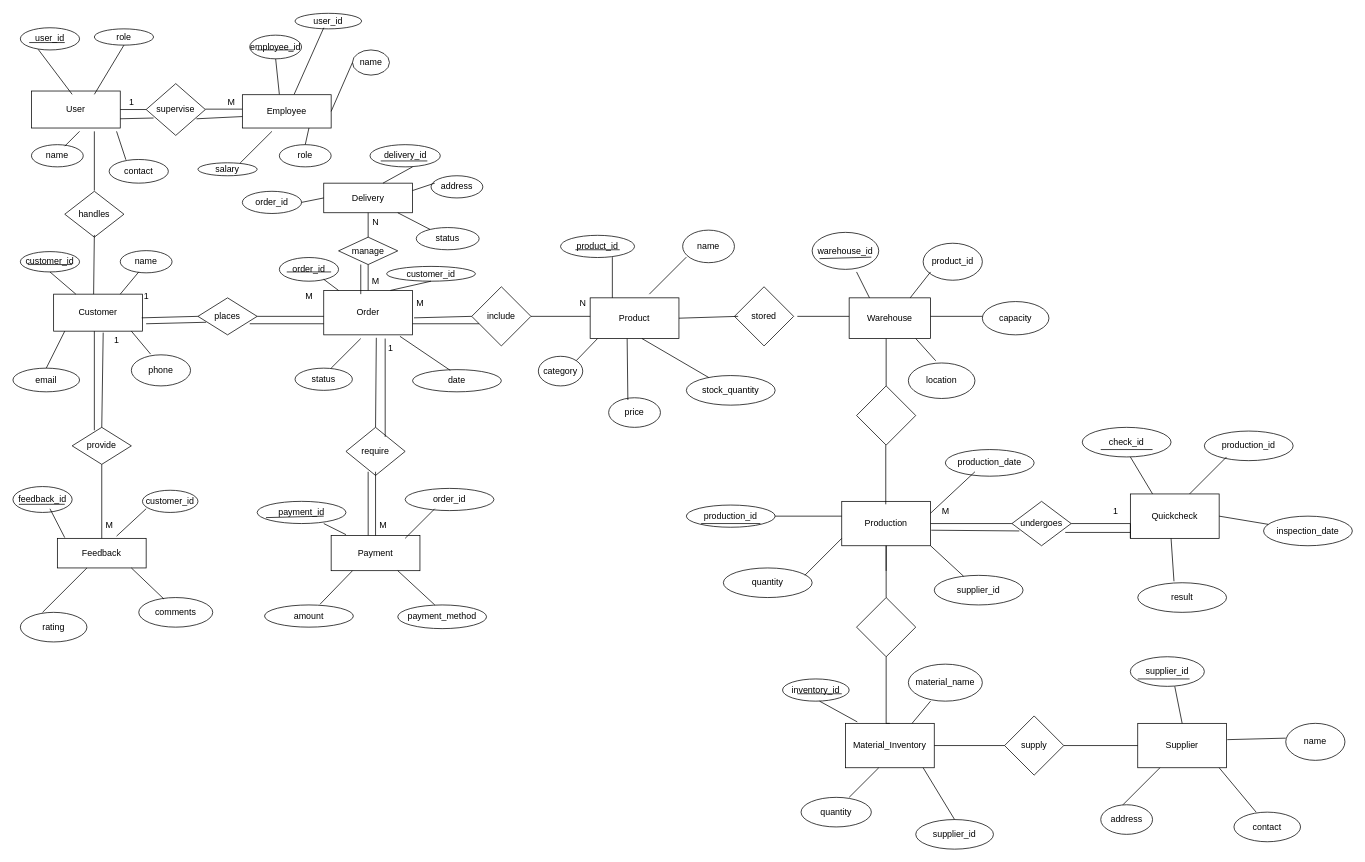
Earlier version of the draw.io diagram Untitled Diagram.drawio (sarasiVidumini/drawio). Source tidied: cells renumbered, new cells numbered last; positions are measured from the earlier drawing's top-left corner, leaving out a move shared by most shapes. Both pictures are drawn from the tidied source at 74%, with x=0, y=0 at pixel (13, 13).
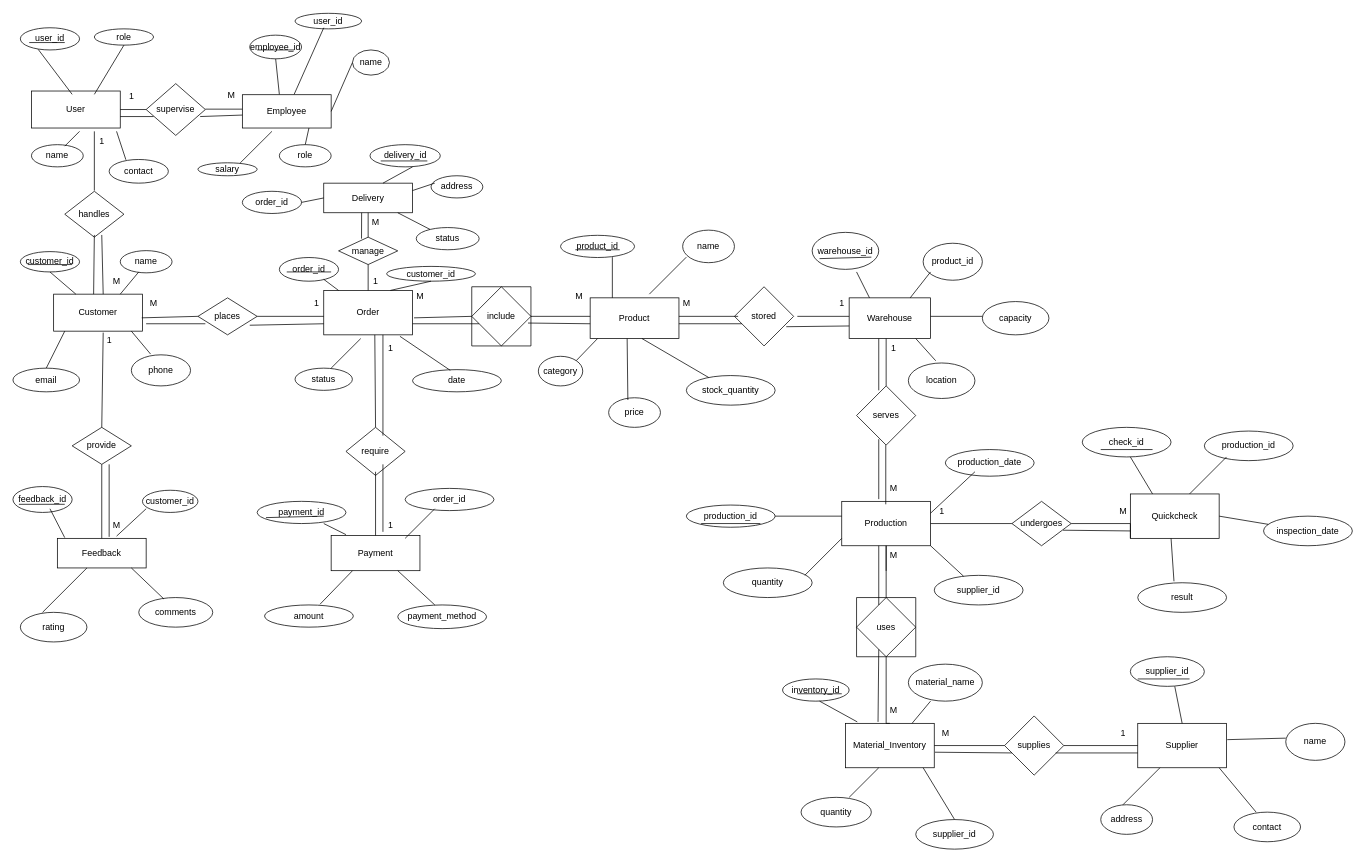
After the change.

Unchanged cells that the change refers to:
```xml
<mxCell id="2" value="User" style="rounded=0;whiteSpace=wrap;html=1;" parent="1" vertex="1">
  <mxGeometry x="25" y="105.5" width="120" height="50" as="geometry" />
</mxCell>
<mxCell id="4" value="Customer" style="rounded=0;whiteSpace=wrap;html=1;" parent="1" vertex="1">
  <mxGeometry x="55" y="380" width="120" height="50" as="geometry" />
</mxCell>
<mxCell id="6" value="supervise" style="rhombus;whiteSpace=wrap;html=1;" parent="1" vertex="1">
  <mxGeometry x="180" y="95.5" width="80" height="70" as="geometry" />
</mxCell>
<mxCell id="7" value="provide" style="rhombus;whiteSpace=wrap;html=1;" parent="1" vertex="1">
  <mxGeometry x="80" y="560" width="80" height="50" as="geometry" />
</mxCell>
<mxCell id="9" value="Order" style="rounded=0;whiteSpace=wrap;html=1;" parent="1" vertex="1">
  <mxGeometry x="420" y="375" width="120" height="60" as="geometry" />
</mxCell>
<mxCell id="12" value="Payment" style="rounded=0;whiteSpace=wrap;html=1;" parent="1" vertex="1">
  <mxGeometry x="430" y="706.2" width="120" height="47.5" as="geometry" />
</mxCell>
<mxCell id="13" value="Product" style="rounded=0;whiteSpace=wrap;html=1;" parent="1" vertex="1">
  <mxGeometry x="780" y="385" width="120" height="55" as="geometry" />
</mxCell>
<mxCell id="58" value="handles" style="rhombus;whiteSpace=wrap;html=1;" parent="1" vertex="1">
  <mxGeometry x="70" y="241" width="80" height="62" as="geometry" />
</mxCell>
<mxCell id="59" value="require" style="rhombus;whiteSpace=wrap;html=1;" parent="1" vertex="1">
  <mxGeometry x="450" y="560" width="80" height="65" as="geometry" />
</mxCell>
<mxCell id="82" value="manage" style="rhombus;whiteSpace=wrap;html=1;" parent="1" vertex="1">
  <mxGeometry x="440" y="303" width="80" height="37" as="geometry" />
</mxCell>
<mxCell id="89" value="places" style="rhombus;whiteSpace=wrap;html=1;" parent="1" vertex="1">
  <mxGeometry x="250" y="385" width="80" height="50" as="geometry" />
</mxCell>
<mxCell id="92" value="include" style="rhombus;whiteSpace=wrap;html=1;" parent="1" vertex="1">
  <mxGeometry x="620" y="370" width="80" height="80" as="geometry" />
</mxCell>
<mxCell id="95" value="stored" style="rhombus;whiteSpace=wrap;html=1;" parent="1" vertex="1">
  <mxGeometry x="975" y="370" width="80" height="80" as="geometry" />
</mxCell>
<mxCell id="99" value="Production" style="rounded=0;whiteSpace=wrap;html=1;" parent="1" vertex="1">
  <mxGeometry x="1120" y="660" width="120" height="60" as="geometry" />
</mxCell>
<mxCell id="100" value="undergoes" style="rhombus;whiteSpace=wrap;html=1;" parent="1" vertex="1">
  <mxGeometry x="1350" y="660" width="80" height="60" as="geometry" />
</mxCell>
<mxCell id="107" value="Material_Inventory" style="rounded=0;whiteSpace=wrap;html=1;" parent="1" vertex="1">
  <mxGeometry x="1125" y="960" width="120" height="60" as="geometry" />
</mxCell>
```

The edit, as a diff of the source:
```diff
@@
-    <mxCell id="15" value="1" style="text;html=1;align=center;verticalAlign=middle;strokeColor=none;fillColor=none;" parent="1" vertex="1">
-      <mxGeometry x="145" y="105.5" width="30" height="30" as="geometry" />
-    </mxCell>
-    <mxCell id="16" value="M" style="text;html=1;align=center;verticalAlign=middle;strokeColor=none;fillColor=none;" parent="1" vertex="1">
-      <mxGeometry x="280" y="105.5" width="30" height="30" as="geometry" />
-    </mxCell>
@@
-    <mxCell id="18" style="endArrow=none;html=1;rounded=0;exitX=1;exitY=0.75;exitDx=0;exitDy=0;" parent="1" edge="1" source="2">
-      <mxGeometry relative="1" as="geometry">
-        <mxPoint x="190" y="142" as="targetPoint" />
-      </mxGeometry>
-    </mxCell>
-    <mxCell id="19" style="endArrow=none;html=1;rounded=0;exitX=0.85;exitY=0.679;exitDx=0;exitDy=0;exitPerimeter=0;" parent="1" edge="1" source="6">
-      <mxGeometry relative="1" as="geometry">
-        <mxPoint x="310" y="140" as="targetPoint" />
-      </mxGeometry>
-    </mxCell>
@@
-    <mxCell id="76" style="endArrow=none;html=1;rounded=0;exitX=0.5;exitY=0;exitDx=0;exitDy=0;entryX=0.592;entryY=1.067;entryDx=0;entryDy=0;entryPerimeter=0;" parent="1" edge="1" source="59" target="9">
-      <mxGeometry relative="1" as="geometry" />
-    </mxCell>
@@
-    <mxCell id="96" style="endArrow=none;html=1;rounded=0;exitX=1;exitY=0.5;exitDx=0;exitDy=0;" parent="1" edge="1" source="13">
+    <mxCell id="96" style="endArrow=none;html=1;rounded=0;" parent="1" edge="1">
       <mxGeometry relative="1" as="geometry">
+        <mxPoint x="900" y="410" as="sourcePoint" />
         <mxPoint x="980" y="410" as="targetPoint" />
       </mxGeometry>
     </mxCell>
@@
-    <mxCell id="98" style="rhombus;whiteSpace=wrap;html=1;" parent="1" vertex="1">
+    <mxCell id="98" value="serves" style="rhombus;whiteSpace=wrap;html=1;" parent="1" vertex="1">
       <mxGeometry x="1140" y="504" width="80" height="80" as="geometry" />
     </mxCell>
@@
-    <mxCell id="106" style="rhombus;whiteSpace=wrap;html=1;" parent="1" vertex="1">
+    <mxCell id="106" value="uses" style="rhombus;whiteSpace=wrap;html=1;" parent="1" vertex="1">
       <mxGeometry x="1140" y="790" width="80" height="80" as="geometry" />
     </mxCell>
@@
-    <mxCell id="110" value="supply" style="rhombus;whiteSpace=wrap;html=1;" parent="1" vertex="1">
+    <mxCell id="110" value="supplies" style="rhombus;whiteSpace=wrap;html=1;" parent="1" vertex="1">
       <mxGeometry x="1340" y="950" width="80" height="80" as="geometry" />
     </mxCell>
@@
-    <mxCell id="181" style="endArrow=none;html=1;rounded=0;exitX=1.008;exitY=0.65;exitDx=0;exitDy=0;exitPerimeter=0;" parent="1" edge="1" source="99">
-      <mxGeometry relative="1" as="geometry">
-        <mxPoint x="1360" y="700" as="targetPoint" />
-      </mxGeometry>
-    </mxCell>
-    <mxCell id="182" style="endArrow=none;html=1;rounded=0;exitX=0.9;exitY=0.7;exitDx=0;exitDy=0;exitPerimeter=0;" parent="1" edge="1" source="100">
-      <mxGeometry relative="1" as="geometry">
-        <mxPoint x="1510" y="702" as="targetPoint" />
-      </mxGeometry>
-    </mxCell>
-    <mxCell id="183" value="1" style="text;html=1;align=center;verticalAlign=middle;strokeColor=none;fillColor=none;" parent="1" vertex="1">
-      <mxGeometry x="1475" y="658" width="30" height="30" as="geometry" />
-    </mxCell>
-    <mxCell id="184" value="M" style="text;html=1;align=center;verticalAlign=middle;strokeColor=none;fillColor=none;" parent="1" vertex="1">
-      <mxGeometry x="1245" y="658" width="30" height="30" as="geometry" />
-    </mxCell>
-    <mxCell id="185" style="endArrow=none;html=1;rounded=0;entryX=0.138;entryY=0.66;entryDx=0;entryDy=0;entryPerimeter=0;" parent="1" edge="1" target="89">
-      <mxGeometry relative="1" as="geometry">
-        <mxPoint x="180" y="420" as="sourcePoint" />
-      </mxGeometry>
-    </mxCell>
-    <mxCell id="186" style="endArrow=none;html=1;rounded=0;" parent="1" edge="1">
-      <mxGeometry relative="1" as="geometry">
-        <mxPoint x="320" y="420" as="sourcePoint" />
-        <mxPoint x="420" y="420" as="targetPoint" />
-      </mxGeometry>
-    </mxCell>
-    <mxCell id="187" value="1" style="text;html=1;align=center;verticalAlign=middle;strokeColor=none;fillColor=none;" parent="1" vertex="1">
-      <mxGeometry x="165" y="368" width="30" height="30" as="geometry" />
-    </mxCell>
-    <mxCell id="188" value="M" style="text;html=1;align=center;verticalAlign=middle;strokeColor=none;fillColor=none;" parent="1" vertex="1">
-      <mxGeometry x="385" y="368" width="30" height="30" as="geometry" />
-    </mxCell>
-    <mxCell id="189" style="endArrow=none;html=1;rounded=0;exitX=0.375;exitY=0.08;exitDx=0;exitDy=0;exitPerimeter=0;" parent="1" edge="1" source="7">
-      <mxGeometry relative="1" as="geometry">
-        <mxPoint x="110" y="430" as="targetPoint" />
-      </mxGeometry>
-    </mxCell>
-    <mxCell id="190" value="1" style="text;html=1;align=center;verticalAlign=middle;strokeColor=none;fillColor=none;" parent="1" vertex="1">
-      <mxGeometry x="125" y="428" width="30" height="30" as="geometry" />
-    </mxCell>
-    <mxCell id="191" value="M" style="text;html=1;align=center;verticalAlign=middle;strokeColor=none;fillColor=none;" parent="1" vertex="1">
-      <mxGeometry x="115" y="678" width="30" height="30" as="geometry" />
-    </mxCell>
-    <mxCell id="192" style="endArrow=none;html=1;rounded=0;exitX=0.417;exitY=0.083;exitDx=0;exitDy=0;exitPerimeter=0;" parent="1" edge="1" source="9">
-      <mxGeometry relative="1" as="geometry">
-        <mxPoint x="470" y="340" as="targetPoint" />
-      </mxGeometry>
-    </mxCell>
-    <mxCell id="193" value="M" style="text;html=1;align=center;verticalAlign=middle;strokeColor=none;fillColor=none;" parent="1" vertex="1">
-      <mxGeometry x="475" y="348" width="30" height="30" as="geometry" />
-    </mxCell>
-    <mxCell id="194" value="N" style="text;html=1;align=center;verticalAlign=middle;strokeColor=none;fillColor=none;" parent="1" vertex="1">
-      <mxGeometry x="475" y="268" width="30" height="30" as="geometry" />
-    </mxCell>
-    <mxCell id="195" style="endArrow=none;html=1;rounded=0;exitX=0.663;exitY=0.2;exitDx=0;exitDy=0;exitPerimeter=0;" parent="1" edge="1" source="59">
-      <mxGeometry relative="1" as="geometry">
-        <mxPoint x="503" y="440" as="targetPoint" />
-      </mxGeometry>
-    </mxCell>
-    <mxCell id="196" style="endArrow=none;html=1;rounded=0;exitX=0.417;exitY=-0.005;exitDx=0;exitDy=0;exitPerimeter=0;" parent="1" edge="1" source="12">
-      <mxGeometry relative="1" as="geometry">
-        <mxPoint x="480" y="620" as="targetPoint" />
-      </mxGeometry>
-    </mxCell>
+    <mxCell id="202" style="endArrow=none;html=1;rounded=0;exitX=0.558;exitY=0;exitDx=0;exitDy=0;exitPerimeter=0;entryX=0.625;entryY=0.952;entryDx=0;entryDy=0;entryPerimeter=0;" parent="1" edge="1" source="4" target="58">
+      <mxGeometry relative="1" as="geometry" />
+    </mxCell>
+    <mxCell id="203" value="M" style="text;html=1;align=center;verticalAlign=middle;strokeColor=none;fillColor=none;" parent="1" vertex="1">
+      <mxGeometry x="125" y="348" width="30" height="30" as="geometry" />
+    </mxCell>
+    <mxCell id="204" style="endArrow=none;html=1;rounded=0;" parent="1" edge="1">
+      <mxGeometry relative="1" as="geometry">
+        <mxPoint x="130" y="708" as="sourcePoint" />
+        <mxPoint x="130" y="610" as="targetPoint" />
+      </mxGeometry>
+    </mxCell>
+    <mxCell id="205" style="endArrow=none;html=1;rounded=0;exitX=0.863;exitY=0.65;exitDx=0;exitDy=0;exitPerimeter=0;" parent="1" edge="1" source="100">
+      <mxGeometry relative="1" as="geometry">
+        <mxPoint x="1510" y="700" as="targetPoint" />
+      </mxGeometry>
+    </mxCell>
+    <mxCell id="206" style="endArrow=none;html=1;rounded=0;" parent="1" edge="1">
+      <mxGeometry relative="1" as="geometry">
+        <mxPoint x="145" y="140" as="sourcePoint" />
+        <mxPoint x="190" y="140" as="targetPoint" />
+      </mxGeometry>
+    </mxCell>
+    <mxCell id="207" style="endArrow=none;html=1;rounded=0;" parent="1" edge="1">
+      <mxGeometry relative="1" as="geometry">
+        <mxPoint x="253" y="140" as="sourcePoint" />
+        <mxPoint x="310" y="138" as="targetPoint" />
+      </mxGeometry>
+    </mxCell>
+    <mxCell id="208" style="endArrow=none;html=1;rounded=0;" parent="1" edge="1">
+      <mxGeometry relative="1" as="geometry">
+        <mxPoint x="180" y="420" as="sourcePoint" />
+        <mxPoint x="260" y="420" as="targetPoint" />
+      </mxGeometry>
+    </mxCell>
+    <mxCell id="209" style="endArrow=none;html=1;rounded=0;exitX=0.875;exitY=0.74;exitDx=0;exitDy=0;exitPerimeter=0;" parent="1" edge="1" source="89">
+      <mxGeometry relative="1" as="geometry">
+        <mxPoint x="420" y="420" as="targetPoint" />
+      </mxGeometry>
+    </mxCell>
+    <mxCell id="210" style="endArrow=none;html=1;rounded=0;exitX=1;exitY=0.75;exitDx=0;exitDy=0;" parent="1" edge="1" source="9">
+      <mxGeometry relative="1" as="geometry">
+        <mxPoint x="630" y="420" as="targetPoint" />
+      </mxGeometry>
+    </mxCell>
+    <mxCell id="211" style="endArrow=none;html=1;rounded=0;exitX=0.95;exitY=0.613;exitDx=0;exitDy=0;exitPerimeter=0;" parent="1" edge="1" source="92">
+      <mxGeometry relative="1" as="geometry">
+        <mxPoint x="780" y="420" as="targetPoint" />
+      </mxGeometry>
+    </mxCell>
+    <mxCell id="212" style="endArrow=none;html=1;rounded=0;entryX=0.575;entryY=1;entryDx=0;entryDy=0;entryPerimeter=0;" parent="1" edge="1" target="9">
+      <mxGeometry relative="1" as="geometry">
+        <mxPoint x="490" y="560" as="sourcePoint" />
+      </mxGeometry>
+    </mxCell>
+    <mxCell id="213" style="endArrow=none;html=1;rounded=0;exitX=1;exitY=0;exitDx=0;exitDy=0;" parent="1" edge="1">
+      <mxGeometry relative="1" as="geometry">
+        <mxPoint x="500" y="571.2" as="sourcePoint" />
+        <mxPoint x="500" y="435" as="targetPoint" />
+      </mxGeometry>
+    </mxCell>
+    <mxCell id="214" style="endArrow=none;html=1;rounded=0;entryX=1;entryY=1;entryDx=0;entryDy=0;" parent="1" edge="1">
+      <mxGeometry relative="1" as="geometry">
+        <mxPoint x="500" y="701.2" as="sourcePoint" />
+        <mxPoint x="500" y="610" as="targetPoint" />
+      </mxGeometry>
+    </mxCell>
+    <mxCell id="215" style="endArrow=none;html=1;rounded=0;exitX=1;exitY=0.636;exitDx=0;exitDy=0;exitPerimeter=0;entryX=0.125;entryY=0.625;entryDx=0;entryDy=0;entryPerimeter=0;" parent="1" edge="1" source="13" target="95">
+      <mxGeometry relative="1" as="geometry" />
+    </mxCell>
+    <mxCell id="216" style="endArrow=none;html=1;rounded=0;exitX=0.875;exitY=0.675;exitDx=0;exitDy=0;exitPerimeter=0;" parent="1" edge="1" source="95">
+      <mxGeometry relative="1" as="geometry">
+        <mxPoint x="1130" y="423" as="targetPoint" />
+      </mxGeometry>
+    </mxCell>
+    <mxCell id="217" style="endArrow=none;html=1;rounded=0;exitX=0.375;exitY=0.075;exitDx=0;exitDy=0;exitPerimeter=0;" parent="1" edge="1" source="98">
+      <mxGeometry relative="1" as="geometry">
+        <mxPoint x="1170" y="440" as="targetPoint" />
+      </mxGeometry>
+    </mxCell>
+    <mxCell id="218" style="endArrow=none;html=1;rounded=0;" parent="1" edge="1">
+      <mxGeometry relative="1" as="geometry">
+        <mxPoint x="1170" y="657" as="sourcePoint" />
+        <mxPoint x="1170" y="576" as="targetPoint" />
+      </mxGeometry>
+    </mxCell>
+    <mxCell id="219" style="endArrow=none;html=1;rounded=0;" parent="1" edge="1">
+      <mxGeometry relative="1" as="geometry">
+        <mxPoint x="1170" y="800" as="sourcePoint" />
+        <mxPoint x="1170" y="720" as="targetPoint" />
+      </mxGeometry>
+    </mxCell>
+    <mxCell id="220" style="endArrow=none;html=1;rounded=0;exitX=0.367;exitY=-0.033;exitDx=0;exitDy=0;exitPerimeter=0;" parent="1" edge="1" source="107">
+      <mxGeometry relative="1" as="geometry">
+        <mxPoint x="1170" y="860" as="targetPoint" />
+      </mxGeometry>
+    </mxCell>
+    <mxCell id="221" style="endArrow=none;html=1;rounded=0;" parent="1" edge="1">
+      <mxGeometry relative="1" as="geometry">
+        <mxPoint x="1409" y="1000" as="sourcePoint" />
+        <mxPoint x="1520" y="1000" as="targetPoint" />
+      </mxGeometry>
+    </mxCell>
+    <mxCell id="222" style="endArrow=none;html=1;rounded=0;exitX=1.008;exitY=0.65;exitDx=0;exitDy=0;exitPerimeter=0;" parent="1" edge="1" source="107">
+      <mxGeometry relative="1" as="geometry">
+        <mxPoint x="1350" y="1000" as="targetPoint" />
+      </mxGeometry>
+    </mxCell>
+    <mxCell id="223" value="1" style="text;html=1;align=center;verticalAlign=middle;strokeColor=none;fillColor=none;" parent="1" vertex="1">
+      <mxGeometry x="145" y="98" width="30" height="30" as="geometry" />
+    </mxCell>
+    <mxCell id="224" value="M" style="text;html=1;align=center;verticalAlign=middle;strokeColor=none;fillColor=none;" parent="1" vertex="1">
+      <mxGeometry x="280" y="95.5" width="30" height="30" as="geometry" />
+    </mxCell>
+    <mxCell id="225" value="1" style="text;html=1;align=center;verticalAlign=middle;strokeColor=none;fillColor=none;" parent="1" vertex="1">
+      <mxGeometry x="105" y="158" width="30" height="30" as="geometry" />
+    </mxCell>
+    <mxCell id="226" value="M" style="text;html=1;align=center;verticalAlign=middle;strokeColor=none;fillColor=none;" parent="1" vertex="1">
+      <mxGeometry x="175" y="378" width="30" height="30" as="geometry" />
+    </mxCell>
+    <mxCell id="227" value="1" style="text;html=1;align=center;verticalAlign=middle;strokeColor=none;fillColor=none;" parent="1" vertex="1">
+      <mxGeometry x="395" y="378" width="30" height="30" as="geometry" />
+    </mxCell>
+    <mxCell id="228" value="M" style="text;html=1;align=center;verticalAlign=middle;strokeColor=none;fillColor=none;" parent="1" vertex="1">
+      <mxGeometry x="535" y="368" width="30" height="30" as="geometry" />
+    </mxCell>
+    <mxCell id="229" value="M" style="text;html=1;align=center;verticalAlign=middle;strokeColor=none;fillColor=none;" parent="1" vertex="1">
+      <mxGeometry x="750" y="368" width="30" height="30" as="geometry" />
+    </mxCell>
+    <mxCell id="230" style="swimlane;startSize=0;" parent="1" vertex="1">
+      <mxGeometry x="620" y="370" width="80" height="80" as="geometry" />
+    </mxCell>
@@
-    <mxCell id="198" value="M" style="text;html=1;align=center;verticalAlign=middle;strokeColor=none;fillColor=none;" parent="1" vertex="1">
-      <mxGeometry x="485" y="678" width="30" height="30" as="geometry" />
-    </mxCell>
-    <mxCell id="199" style="endArrow=none;html=1;rounded=0;exitX=1;exitY=0.75;exitDx=0;exitDy=0;" parent="1" edge="1" source="9">
-      <mxGeometry relative="1" as="geometry">
-        <mxPoint x="630" y="420" as="targetPoint" />
-      </mxGeometry>
-    </mxCell>
-    <mxCell id="200" value="M" style="text;html=1;align=center;verticalAlign=middle;strokeColor=none;fillColor=none;" parent="1" vertex="1">
-      <mxGeometry x="535" y="378" width="30" height="30" as="geometry" />
-    </mxCell>
-    <mxCell id="201" value="N" style="text;html=1;align=center;verticalAlign=middle;strokeColor=none;fillColor=none;" parent="1" vertex="1">
-      <mxGeometry x="755" y="378" width="30" height="30" as="geometry" />
-    </mxCell>
+    <mxCell id="231" value="1" style="text;html=1;align=center;verticalAlign=middle;strokeColor=none;fillColor=none;" parent="1" vertex="1">
+      <mxGeometry x="495" y="678" width="30" height="30" as="geometry" />
+    </mxCell>
+    <mxCell id="232" value="1" style="text;html=1;align=center;verticalAlign=middle;strokeColor=none;fillColor=none;" parent="1" vertex="1">
+      <mxGeometry x="115" y="428" width="30" height="30" as="geometry" />
+    </mxCell>
+    <mxCell id="233" value="M" style="text;html=1;align=center;verticalAlign=middle;strokeColor=none;fillColor=none;" parent="1" vertex="1">
+      <mxGeometry x="125" y="678" width="30" height="30" as="geometry" />
+    </mxCell>
+    <mxCell id="234" value="1" style="text;html=1;align=center;verticalAlign=middle;strokeColor=none;fillColor=none;" parent="1" vertex="1">
+      <mxGeometry x="1105" y="378" width="30" height="30" as="geometry" />
+    </mxCell>
+    <mxCell id="235" value="M" style="text;html=1;align=center;verticalAlign=middle;strokeColor=none;fillColor=none;" parent="1" vertex="1">
+      <mxGeometry x="895" y="378" width="30" height="30" as="geometry" />
+    </mxCell>
+    <mxCell id="236" value="1" style="text;html=1;align=center;verticalAlign=middle;strokeColor=none;fillColor=none;" parent="1" vertex="1">
+      <mxGeometry x="1175" y="438" width="30" height="30" as="geometry" />
+    </mxCell>
+    <mxCell id="237" value="M" style="text;html=1;align=center;verticalAlign=middle;strokeColor=none;fillColor=none;" parent="1" vertex="1">
+      <mxGeometry x="1175" y="628" width="30" height="30" as="geometry" />
+    </mxCell>
+    <mxCell id="238" value="M" style="text;html=1;align=center;verticalAlign=middle;strokeColor=none;fillColor=none;" parent="1" vertex="1">
+      <mxGeometry x="1175" y="718" width="30" height="30" as="geometry" />
+    </mxCell>
+    <mxCell id="239" value="M" style="text;html=1;align=center;verticalAlign=middle;strokeColor=none;fillColor=none;" parent="1" vertex="1">
+      <mxGeometry x="1175" y="928" width="30" height="30" as="geometry" />
+    </mxCell>
+    <mxCell id="240" style="swimlane;startSize=0;" parent="1" vertex="1">
+      <mxGeometry x="1140" y="790" width="80" height="80" as="geometry" />
+    </mxCell>
+    <mxCell id="241" value="1" style="text;html=1;align=center;verticalAlign=middle;strokeColor=none;fillColor=none;" parent="1" vertex="1">
+      <mxGeometry x="1485" y="958" width="30" height="30" as="geometry" />
+    </mxCell>
+    <mxCell id="242" value="M" style="text;html=1;align=center;verticalAlign=middle;strokeColor=none;fillColor=none;" parent="1" vertex="1">
+      <mxGeometry x="1245" y="958" width="30" height="30" as="geometry" />
+    </mxCell>
+    <mxCell id="243" value="1" style="text;html=1;align=center;verticalAlign=middle;strokeColor=none;fillColor=none;" parent="1" vertex="1">
+      <mxGeometry x="1240" y="658" width="30" height="30" as="geometry" />
+    </mxCell>
+    <mxCell id="244" value="M" style="text;html=1;align=center;verticalAlign=middle;strokeColor=none;fillColor=none;" parent="1" vertex="1">
+      <mxGeometry x="1485" y="658" width="30" height="30" as="geometry" />
+    </mxCell>
+    <mxCell id="245" style="endArrow=none;html=1;rounded=0;exitX=0.388;exitY=0.054;exitDx=0;exitDy=0;exitPerimeter=0;" parent="1" edge="1" source="82">
+      <mxGeometry relative="1" as="geometry">
+        <mxPoint x="471.2" y="270" as="targetPoint" />
+      </mxGeometry>
+    </mxCell>
+    <mxCell id="246" value="1" style="text;html=1;align=center;verticalAlign=middle;strokeColor=none;fillColor=none;" parent="1" vertex="1">
+      <mxGeometry x="475" y="348" width="30" height="30" as="geometry" />
+    </mxCell>
+    <mxCell id="247" value="M" style="text;html=1;align=center;verticalAlign=middle;strokeColor=none;fillColor=none;" parent="1" vertex="1">
+      <mxGeometry x="475" y="268" width="30" height="30" as="geometry" />
+    </mxCell>
```
